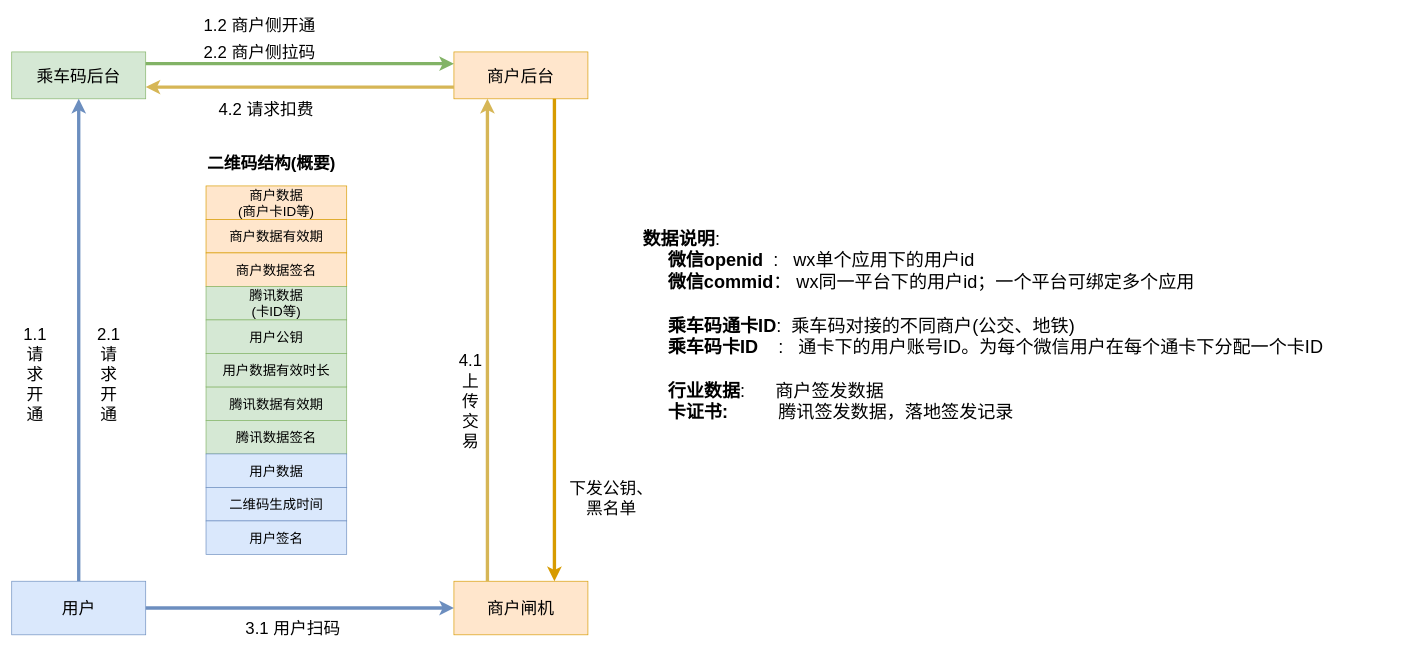
This is page "流程说明" (1 of 5) of drawio/ccm.drawio from Tiny-VS-Lina/study, a draw.io file, before an edit. Source tidied: cells renumbered, new cells numbered last; positions are measured from the earlier drawing's top-left corner, leaving out a move shared by most shapes. Both pictures are drawn from the tidied source at 67%, with x=0, y=0 at pixel (11, 11).
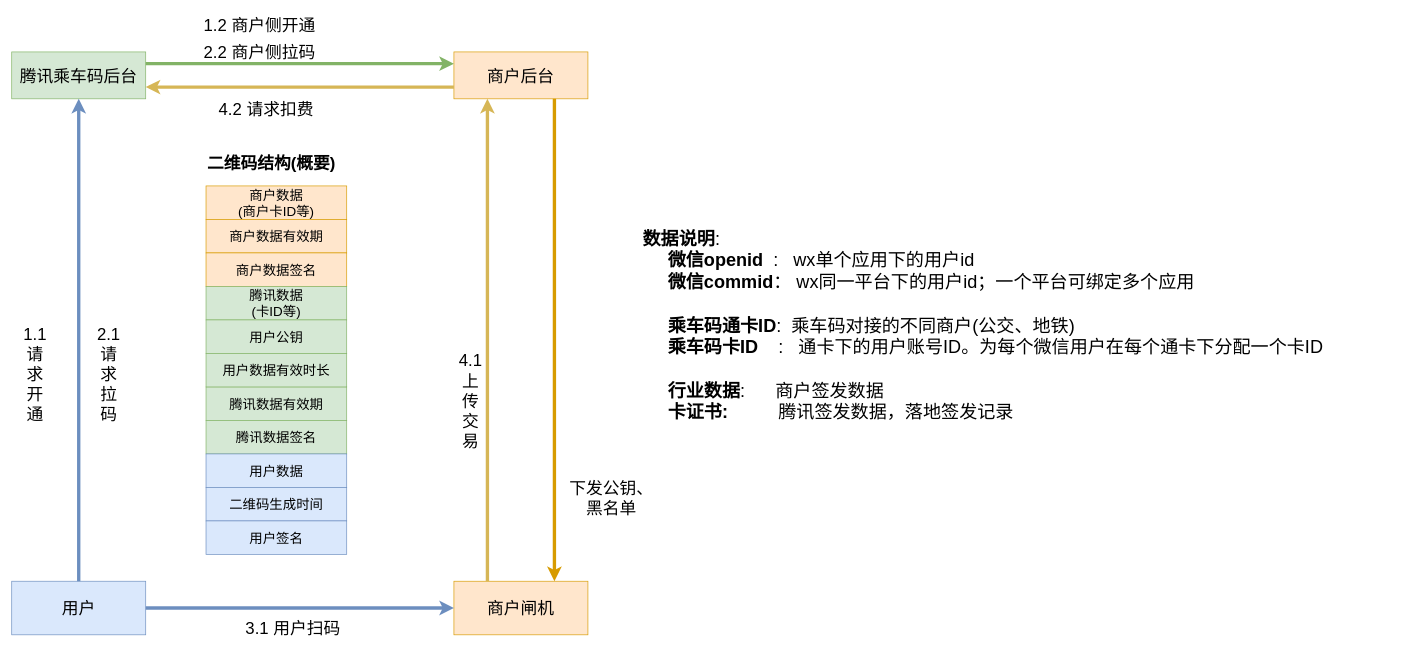
The same page after the edit.

The edit, as a diff of the source:
```diff
@@
-    <mxCell id="15" value="乘车码后台" style="rounded=0;whiteSpace=wrap;html=1;fontSize=25;fillColor=#d5e8d4;strokeColor=#82b366;" parent="1" vertex="1">
+    <mxCell id="15" value="腾讯乘车码后台" style="rounded=0;whiteSpace=wrap;html=1;fontSize=25;fillColor=#d5e8d4;strokeColor=#82b366;" parent="1" vertex="1">
       <mxGeometry y="60" width="200" height="70" as="geometry" />
     </mxCell>
@@
-    <mxCell id="26" value="2.1请求开通" style="text;html=1;strokeColor=none;fillColor=none;align=center;verticalAlign=middle;whiteSpace=wrap;rounded=0;fontSize=25;" parent="1" vertex="1">
+    <mxCell id="26" value="2.1请求拉码" style="text;html=1;strokeColor=none;fillColor=none;align=center;verticalAlign=middle;whiteSpace=wrap;rounded=0;fontSize=25;" parent="1" vertex="1">
       <mxGeometry x="120" y="460" width="50" height="160" as="geometry" />
     </mxCell>
```
